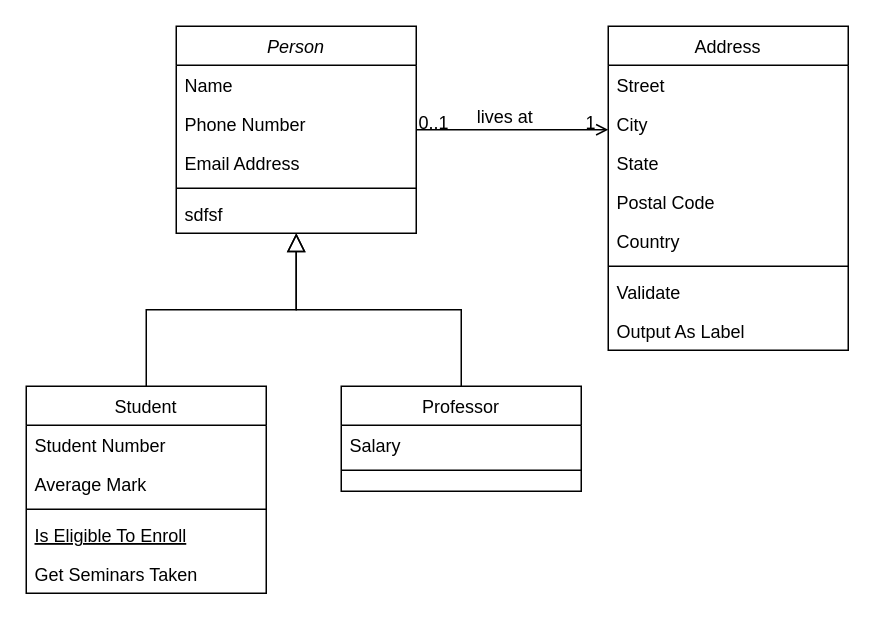
Earlier version of the draw.io diagram worldModel.drawio (csgeneral/uml-cssyj). Source tidied: cells renumbered, new cells numbered last; positions are measured from the earlier drawing's top-left corner, leaving out a move shared by most shapes. Both pictures are drawn from the tidied source at 150%, with x=0, y=0 at pixel (26, 26).
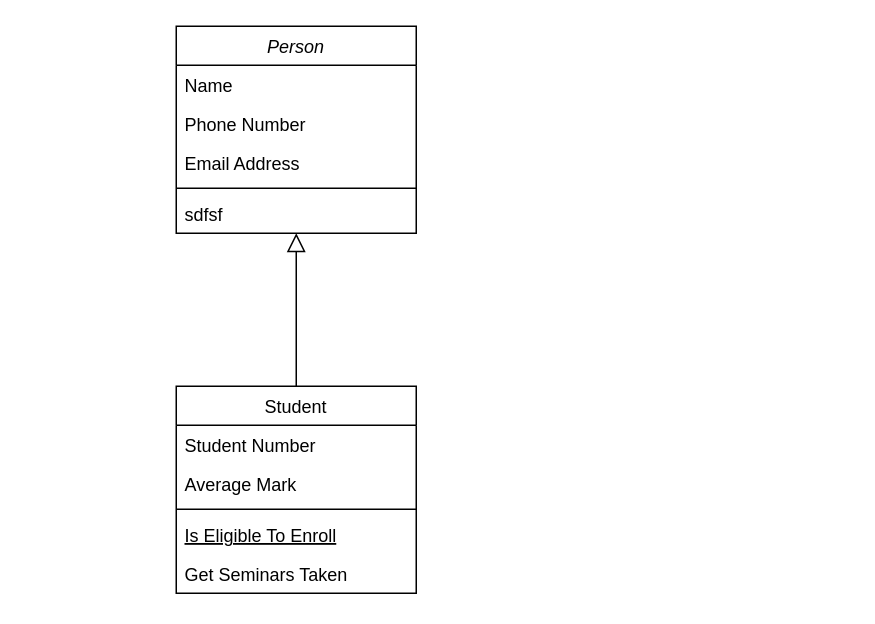
The same diagram, later.

Unchanged cells that the change refers to:
```xml
<mxCell id="2" value="Person" style="swimlane;fontStyle=2;align=center;verticalAlign=top;horizontal=1;startSize=26;rounded=0;shadow=0;strokeWidth=1;" parent="1" vertex="1">
  <mxGeometry x="100" width="160" height="138" as="geometry" />
</mxCell>
```

Change to the diagram source:
```diff
@@
     <mxCell id="8" value="Student" style="swimlane;fontStyle=0;align=center;verticalAlign=top;horizontal=1;startSize=26;rounded=0;shadow=0;strokeWidth=1;" parent="1" vertex="1">
-      <mxGeometry y="240" width="160" height="138" as="geometry" />
+      <mxGeometry x="100" y="240" width="160" height="138" as="geometry" />
     </mxCell>
@@
-    <mxCell id="15" value="Professor" style="swimlane;fontStyle=0;align=center;verticalAlign=top;horizontal=1;startSize=26;rounded=0;shadow=0;strokeWidth=1;" parent="1" vertex="1">
-      <mxGeometry x="210" y="240" width="160" height="70" as="geometry" />
-    </mxCell>
-    <mxCell id="16" value="Salary" style="text;align=left;verticalAlign=top;spacingLeft=4;spacingRight=4;overflow=hidden;" parent="15" vertex="1">
-      <mxGeometry y="26" width="160" height="26" as="geometry" />
-    </mxCell>
-    <mxCell id="17" style="line;html=1;strokeWidth=1;align=left;verticalAlign=middle;spacingTop=-1;spacingLeft=3;spacingRight=3;labelPosition=right;" parent="15" vertex="1">
-      <mxGeometry y="52" width="160" height="8" as="geometry" />
-    </mxCell>
-    <mxCell id="18" style="endArrow=block;endSize=10;endFill=0;shadow=0;strokeWidth=1;rounded=0;edgeStyle=elbowEdgeStyle;elbow=vertical;" parent="1" edge="1" source="15" target="2">
-      <mxGeometry relative="1" as="geometry" />
-    </mxCell>
-    <mxCell id="19" value="Address" style="swimlane;fontStyle=0;align=center;verticalAlign=top;horizontal=1;startSize=26;rounded=0;shadow=0;strokeWidth=1;" parent="1" vertex="1">
-      <mxGeometry x="388" width="160" height="216" as="geometry" />
-    </mxCell>
-    <mxCell id="20" value="Street" style="text;align=left;verticalAlign=top;spacingLeft=4;spacingRight=4;overflow=hidden;" parent="19" vertex="1">
-      <mxGeometry y="26" width="160" height="26" as="geometry" />
-    </mxCell>
-    <mxCell id="21" value="City" style="text;align=left;verticalAlign=top;spacingLeft=4;spacingRight=4;overflow=hidden;rounded=0;shadow=0;html=0;" parent="19" vertex="1">
-      <mxGeometry y="52" width="160" height="26" as="geometry" />
-    </mxCell>
-    <mxCell id="22" value="State" style="text;align=left;verticalAlign=top;spacingLeft=4;spacingRight=4;overflow=hidden;rounded=0;shadow=0;html=0;" parent="19" vertex="1">
-      <mxGeometry y="78" width="160" height="26" as="geometry" />
-    </mxCell>
-    <mxCell id="23" value="Postal Code" style="text;align=left;verticalAlign=top;spacingLeft=4;spacingRight=4;overflow=hidden;rounded=0;shadow=0;html=0;" parent="19" vertex="1">
-      <mxGeometry y="104" width="160" height="26" as="geometry" />
-    </mxCell>
-    <mxCell id="24" value="Country" style="text;align=left;verticalAlign=top;spacingLeft=4;spacingRight=4;overflow=hidden;rounded=0;shadow=0;html=0;" parent="19" vertex="1">
-      <mxGeometry y="130" width="160" height="26" as="geometry" />
-    </mxCell>
-    <mxCell id="25" style="line;html=1;strokeWidth=1;align=left;verticalAlign=middle;spacingTop=-1;spacingLeft=3;spacingRight=3;labelPosition=right;" parent="19" vertex="1">
-      <mxGeometry y="156" width="160" height="8" as="geometry" />
-    </mxCell>
-    <mxCell id="26" value="Validate" style="text;align=left;verticalAlign=top;spacingLeft=4;spacingRight=4;overflow=hidden;" parent="19" vertex="1">
-      <mxGeometry y="164" width="160" height="26" as="geometry" />
-    </mxCell>
-    <mxCell id="27" value="Output As Label" style="text;align=left;verticalAlign=top;spacingLeft=4;spacingRight=4;overflow=hidden;" parent="19" vertex="1">
-      <mxGeometry y="190" width="160" height="26" as="geometry" />
-    </mxCell>
-    <mxCell id="28" style="endArrow=open;shadow=0;strokeWidth=1;rounded=0;endFill=1;edgeStyle=elbowEdgeStyle;elbow=vertical;" parent="1" edge="1" source="2" target="19">
-      <mxGeometry x="0.5" y="41" relative="1" as="geometry">
-        <mxPoint x="-40" y="32" as="offset" />
-      </mxGeometry>
-    </mxCell>
-    <mxCell id="29" value="0..1" style="align=left;verticalAlign=bottom;labelBackgroundColor=none;fontSize=12;" parent="28" vertex="1">
-      <mxGeometry x="-1" relative="1" as="geometry">
-        <mxPoint y="4" as="offset" />
-      </mxGeometry>
-    </mxCell>
-    <mxCell id="30" value="1" style="align=right;verticalAlign=bottom;labelBackgroundColor=none;fontSize=12;" parent="28" vertex="1">
-      <mxGeometry x="1" relative="1" as="geometry">
-        <mxPoint x="-7" y="4" as="offset" />
-      </mxGeometry>
-    </mxCell>
-    <mxCell id="31" value="lives at" style="text;html=1;align=center;verticalAlign=middle;labelBackgroundColor=none;rounded=0;shadow=0;strokeWidth=1;fontSize=12;" parent="28" vertex="1">
-      <mxGeometry x="0.5" y="49" relative="1" as="geometry">
-        <mxPoint x="-38" y="40" as="offset" />
-      </mxGeometry>
-    </mxCell>
```
